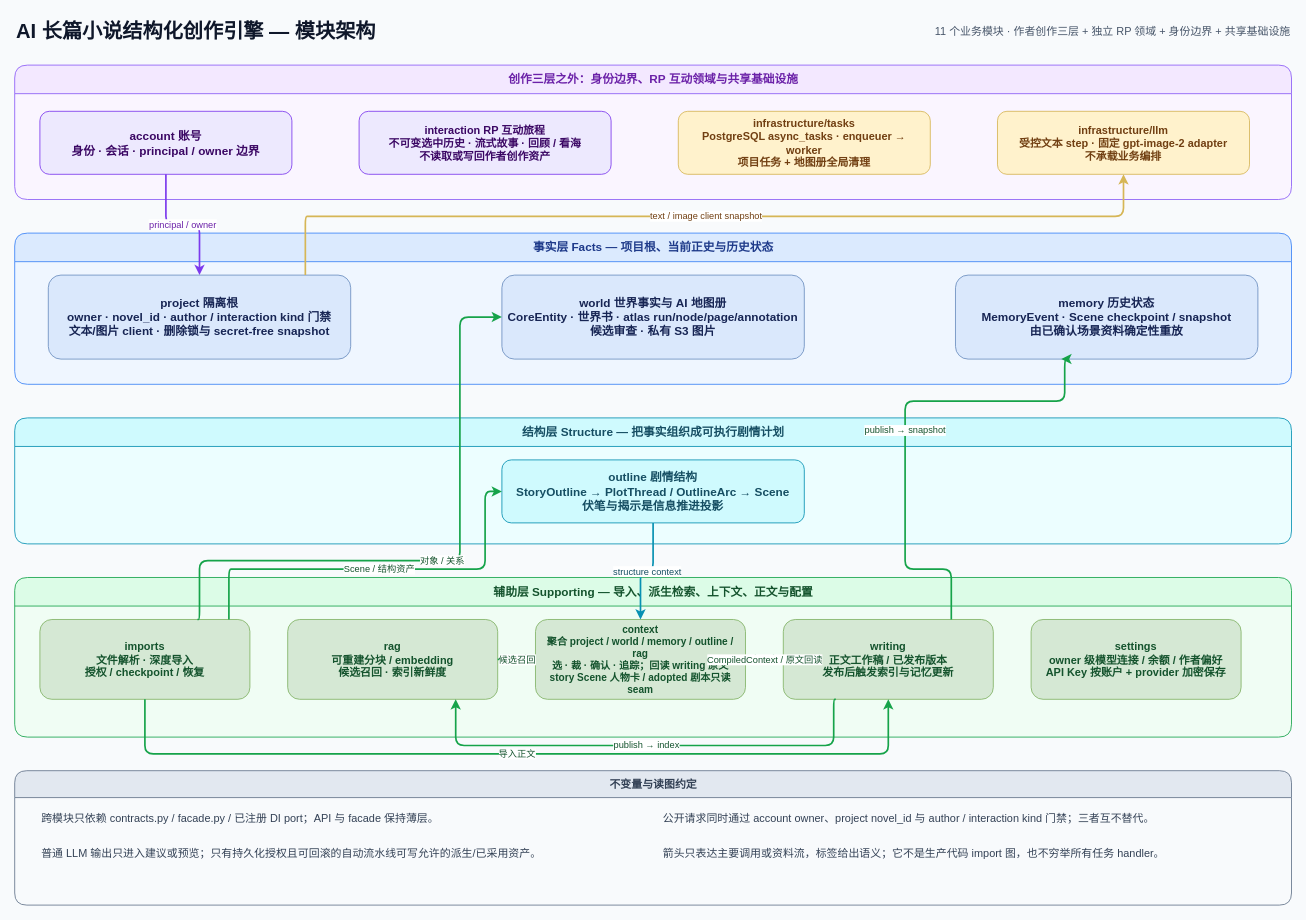
Before: docs/architecture/module-architecture.drawio in FengHuoLinShan/ai-writing-assist, a draw.io diagram. Source tidied: cells renumbered, new cells numbered last; positions are measured from the earlier drawing's top-left corner, leaving out a move shared by most shapes. Both pictures are drawn from the tidied source at 84%, with x=0, y=0 at pixel (14, 14).
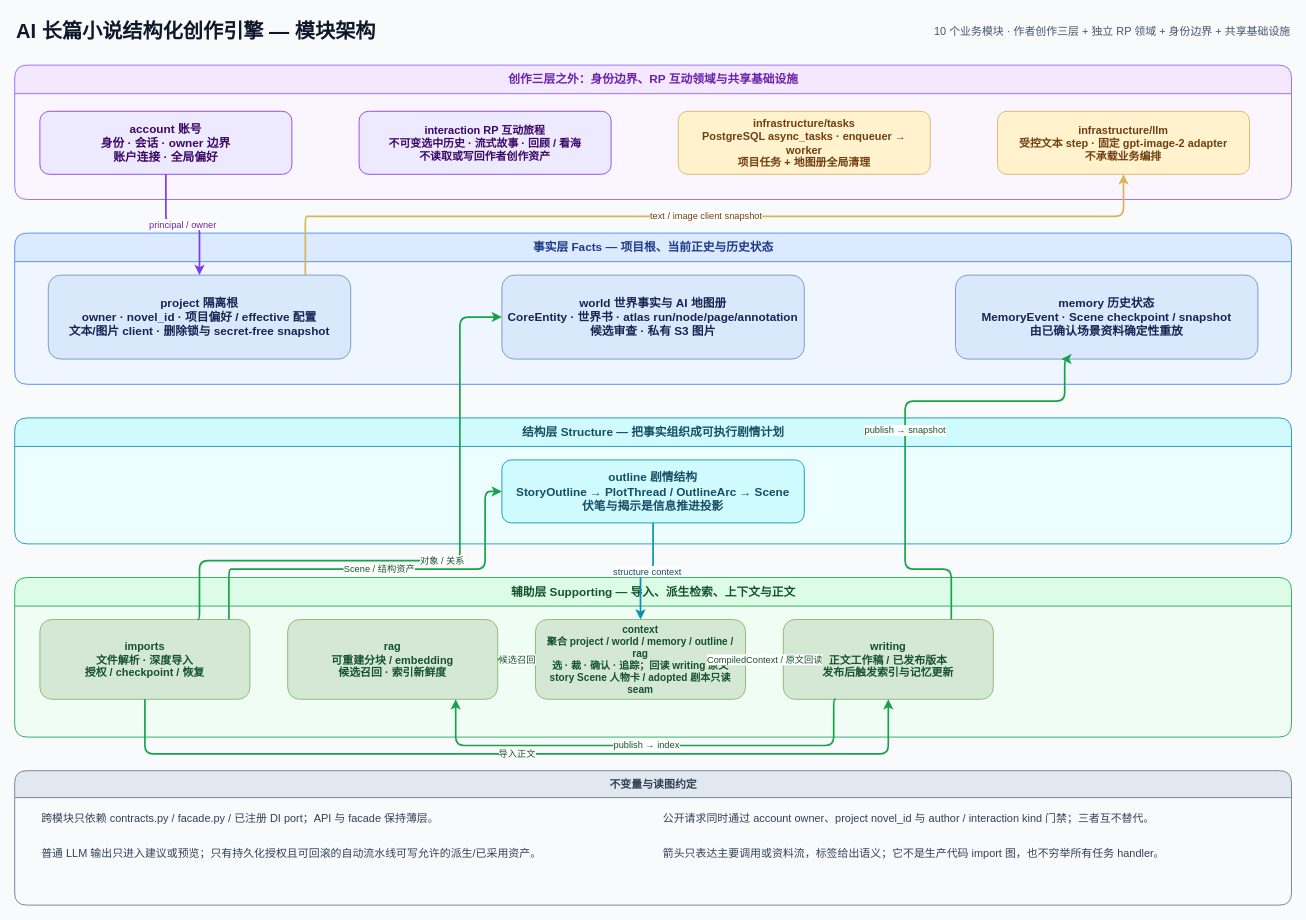
The same diagram, later.

The change refers to these unchanged cells:
```xml
<mxCell id="4" value="创作三层之外：身份边界、RP 互动领域与共享基础设施" style="swimlane;startSize=34;horizontal=1;rounded=1;html=1;fillColor=#f3e8ff;swimlaneFillColor=#faf5ff;strokeColor=#8b5cf6;fontColor=#6b21a8;fontSize=14;fontStyle=1;" parent="1" vertex="1">
  <mxGeometry y="60" width="1520" height="160" as="geometry" />
</mxCell>
<mxCell id="9" value="事实层 Facts — 项目根、当前正史与历史状态" style="swimlane;startSize=34;horizontal=1;rounded=1;html=1;fillColor=#dbeafe;swimlaneFillColor=#eff6ff;strokeColor=#3b82f6;fontColor=#1e3a8a;fontSize=14;fontStyle=1;" parent="1" vertex="1">
  <mxGeometry y="260" width="1520" height="180" as="geometry" />
</mxCell>
```

Change to the diagram source:
```diff
@@
-    <mxCell id="3" value="11 个业务模块 · 作者创作三层 + 独立 RP 领域 + 身份边界 + 共享基础设施" style="text;html=1;align=right;verticalAlign=middle;fontSize=13;fontColor=#475569;" parent="1" vertex="1">
+    <mxCell id="3" value="10 个业务模块 · 作者创作三层 + 独立 RP 领域 + 身份边界 + 共享基础设施" style="text;html=1;align=right;verticalAlign=middle;fontSize=13;fontColor=#475569;" parent="1" vertex="1">
       <mxGeometry x="760" y="5" width="760" height="30" as="geometry" />
     </mxCell>
@@
-    <mxCell id="5" value="account 账号&#10;身份 · 会话 · principal / owner 边界" style="rounded=1;whiteSpace=wrap;html=1;fillColor=#ede9fe;strokeColor=#7c3aed;fontColor=#3b0764;fontSize=14;fontStyle=1;spacing=8;" parent="4" vertex="1">
+    <mxCell id="5" value="account 账号&#10;身份 · 会话 · owner 边界&#10;账户连接 · 全局偏好" style="rounded=1;whiteSpace=wrap;html=1;fillColor=#ede9fe;strokeColor=#7c3aed;fontColor=#3b0764;fontSize=14;fontStyle=1;spacing=8;" parent="4" vertex="1">
       <mxGeometry x="30" y="55" width="300" height="75" as="geometry" />
     </mxCell>
@@
-    <mxCell id="10" value="project 隔离根&#10;owner · novel_id · author / interaction kind 门禁&#10;文本/图片 client · 删除锁与 secret-free snapshot" style="rounded=1;whiteSpace=wrap;html=1;fillColor=#dae8fc;strokeColor=#6c8ebf;fontColor=#172554;fontSize=14;fontStyle=1;spacing=8;" parent="9" vertex="1">
+    <mxCell id="10" value="project 隔离根&#10;owner · novel_id · 项目偏好 / effective 配置&#10;文本/图片 client · 删除锁与 secret-free snapshot" style="rounded=1;whiteSpace=wrap;html=1;fillColor=#dae8fc;strokeColor=#6c8ebf;fontColor=#172554;fontSize=14;fontStyle=1;spacing=8;" parent="9" vertex="1">
       <mxGeometry x="40" y="50" width="360" height="100" as="geometry" />
     </mxCell>
@@
-    <mxCell id="15" value="辅助层 Supporting — 导入、派生检索、上下文、正文与配置" style="swimlane;startSize=34;horizontal=1;rounded=1;html=1;fillColor=#dcfce7;swimlaneFillColor=#f0fdf4;strokeColor=#16a34a;fontColor=#14532d;fontSize=14;fontStyle=1;" parent="1" vertex="1">
+    <mxCell id="15" value="辅助层 Supporting — 导入、派生检索、上下文与正文" style="swimlane;startSize=34;horizontal=1;rounded=1;html=1;fillColor=#dcfce7;swimlaneFillColor=#f0fdf4;strokeColor=#16a34a;fontColor=#14532d;fontSize=14;fontStyle=1;" parent="1" vertex="1">
       <mxGeometry y="670" width="1520" height="190" as="geometry" />
     </mxCell>
@@
-    <mxCell id="20" value="settings&#10;owner 级模型连接 / 余额 / 作者偏好&#10;API Key 按账户 + provider 加密保存" style="rounded=1;whiteSpace=wrap;html=1;fillColor=#d5e8d4;strokeColor=#82b366;fontColor=#14532d;fontSize=13;fontStyle=1;spacing=8;" parent="15" vertex="1">
-      <mxGeometry x="1210" y="50" width="250" height="95" as="geometry" />
-    </mxCell>
```
